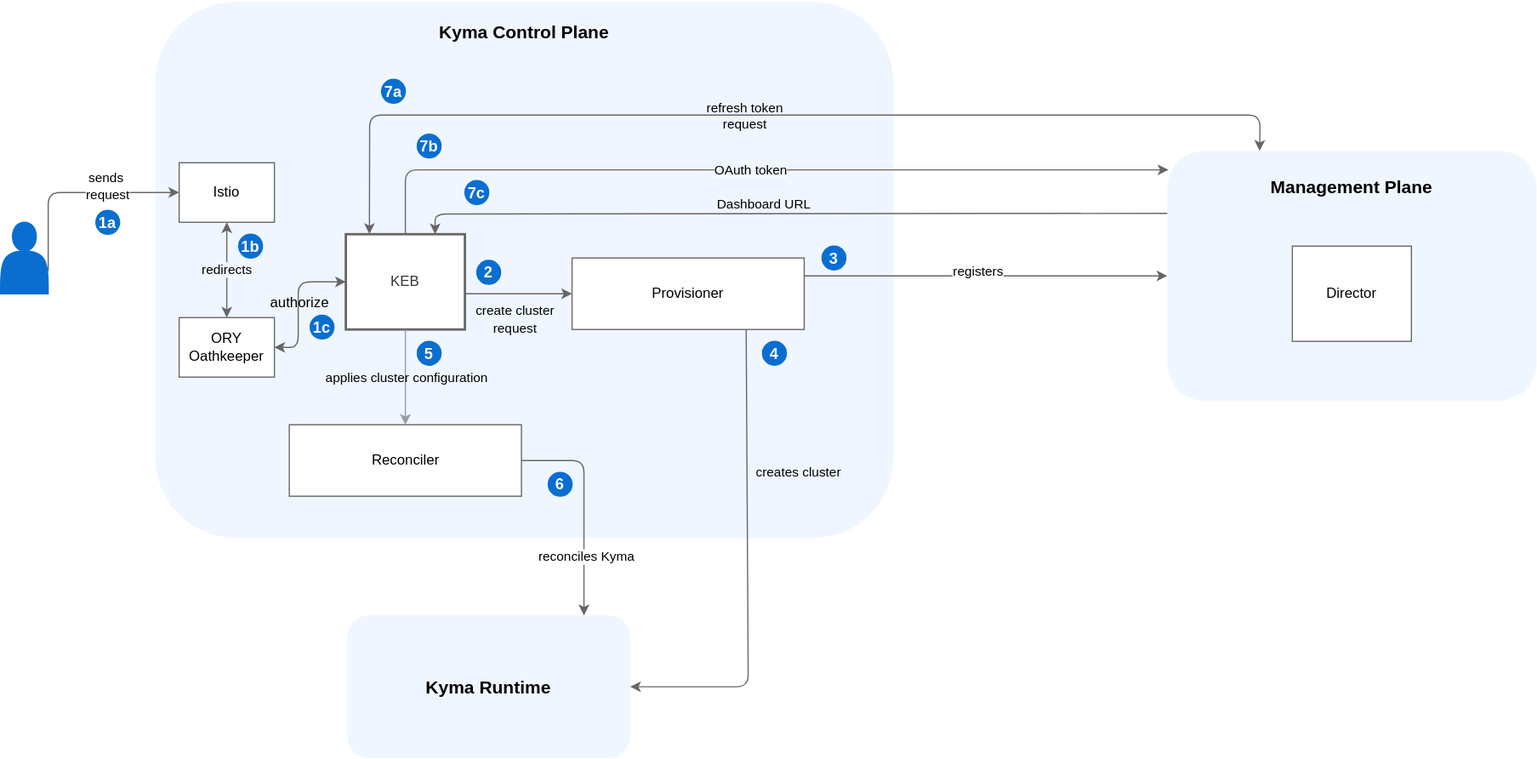
ukff/kyma-environment-broker keeps this draw.io diagram as docs/assets/keb-architecture.svg. Above is the earlier version. Source tidied: cells renumbered, new cells last; positions are measured from the earlier drawing's top-left corner, leaving out a move shared by most shapes.
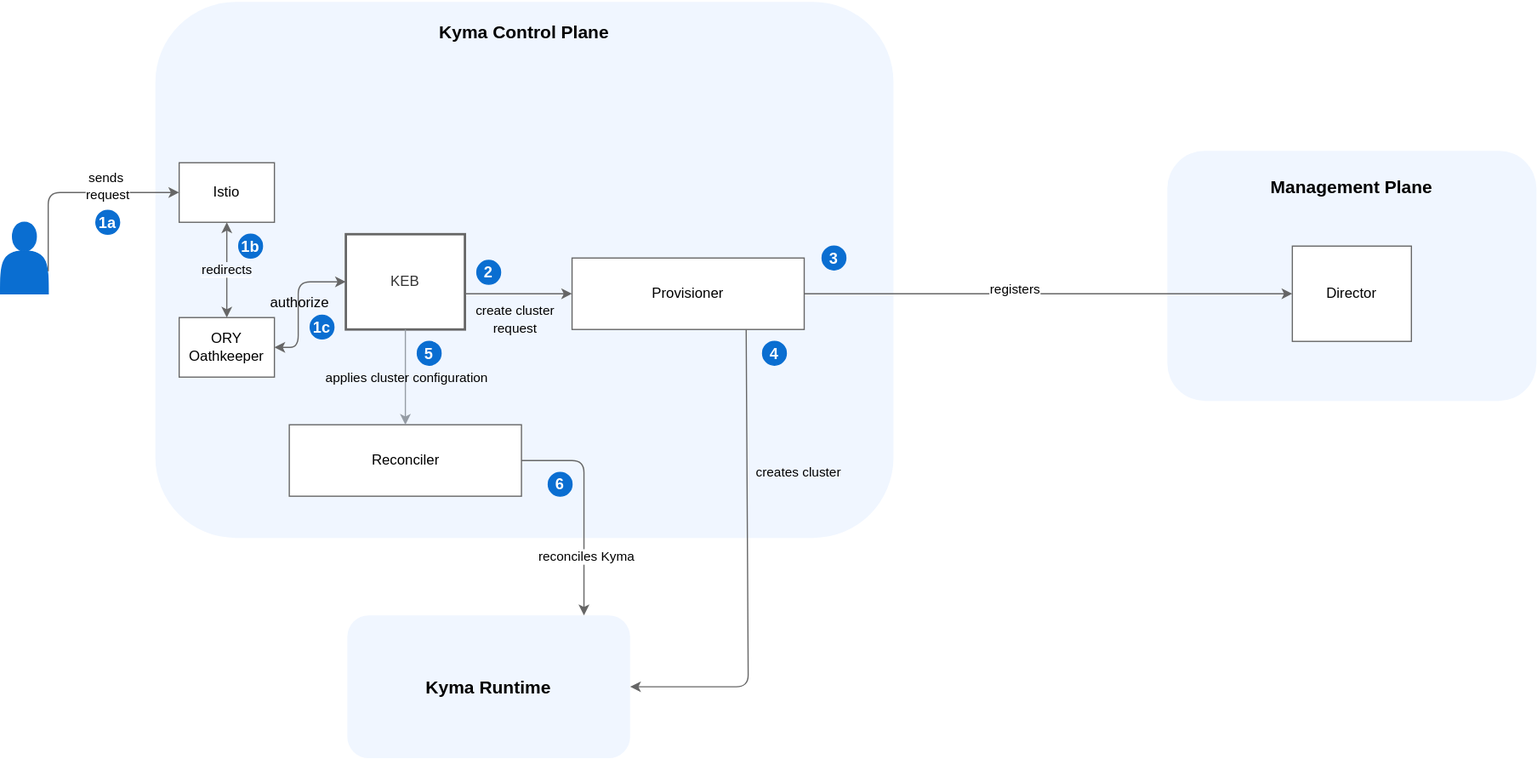
The same diagram one commit later.

Commit message:
Update KEB architecture diagram (#2138)

* Update Kyma architecture diagram

* Update Kyma architecture doc

Diff of the diagram source:
```diff
@@ -48,38 +48,6 @@
         <mxPoint x="43" y="62" as="offset" />
       </mxGeometry>
     </mxCell>
-    <mxCell id="13" value="&lt;span style=&quot;background-color: rgb(240 , 246 , 255)&quot;&gt;OAuth token&lt;/span&gt;" style="endArrow=classic;html=1;strokeColor=#666666;exitX=0.5;exitY=0;exitDx=0;exitDy=0;entryX=0.003;entryY=0.076;entryDx=0;entryDy=0;entryPerimeter=0;" parent="1" edge="1" source="6" target="2">
-      <mxGeometry x="-0.01" relative="1" as="geometry">
-        <Array as="points">
-          <mxPoint x="340" y="141" />
-        </Array>
-      </mxGeometry>
-    </mxCell>
-    <mxCell id="14" style="endArrow=classic;html=1;strokeColor=#666666;exitX=0;exitY=0.25;exitDx=0;exitDy=0;entryX=0.75;entryY=0;entryDx=0;entryDy=0;" parent="1" edge="1" source="2" target="6">
-      <mxGeometry relative="1" as="geometry">
-        <Array as="points">
-          <mxPoint x="365" y="178" />
-        </Array>
-      </mxGeometry>
-    </mxCell>
-    <mxCell id="15" value="&lt;font style=&quot;font-size: 11px&quot;&gt;Dashboard URL&lt;/font&gt;" style="text;html=1;align=center;verticalAlign=middle;labelBackgroundColor=none;fontSize=10;" parent="14" vertex="1">
-      <mxGeometry x="0.2" relative="1" as="geometry">
-        <mxPoint x="39" y="-8" as="offset" />
-      </mxGeometry>
-    </mxCell>
-    <mxCell id="16" style="endArrow=classic;startArrow=classic;html=1;strokeColor=#666666;fontSize=10;exitX=0.29;exitY=0.433;exitDx=0;exitDy=0;exitPerimeter=0;entryX=0.25;entryY=0;entryDx=0;entryDy=0;" parent="1" edge="1" source="3" target="2">
-      <mxGeometry relative="1" as="geometry">
-        <Array as="points">
-          <mxPoint x="310" y="95" />
-          <mxPoint x="1058" y="95" />
-        </Array>
-      </mxGeometry>
-    </mxCell>
-    <mxCell id="17" value="&lt;font style=&quot;font-size: 11px&quot;&gt;refresh token&lt;br&gt;request&lt;br&gt;&lt;/font&gt;" style="text;html=1;align=center;verticalAlign=middle;labelBackgroundColor=none;fontSize=11;" parent="16" vertex="1">
-      <mxGeometry x="0.23" y="-1" relative="1" as="geometry">
-        <mxPoint x="-125.2" y="-1" as="offset" />
-      </mxGeometry>
-    </mxCell>
     <mxCell id="18" value="&lt;font style=&quot;font-size: 15px&quot;&gt;&lt;b&gt;Kyma Runtime&lt;/b&gt;&lt;/font&gt;" style="rounded=1;whiteSpace=wrap;html=1;strokeColor=none;strokeWidth=2;fillColor=#F0F6FF;fontSize=11;" parent="1" vertex="1">
       <mxGeometry x="291.2" y="515" width="237.5" height="120" as="geometry" />
     </mxCell>
@@ -95,15 +63,6 @@
     <mxCell id="22" value="&lt;font color=&quot;#ffffff&quot; size=&quot;1&quot;&gt;&lt;b style=&quot;font-size: 13px&quot;&gt;3&lt;/b&gt;&lt;/font&gt;" style="ellipse;whiteSpace=wrap;html=1;strokeColor=#0A6ED1;strokeWidth=1;fillColor=#0A6ED1;fontSize=11;direction=west;" parent="1" vertex="1">
       <mxGeometry x="690" y="205" width="20" height="20" as="geometry" />
     </mxCell>
-    <mxCell id="23" value="&lt;font color=&quot;#ffffff&quot; size=&quot;1&quot;&gt;&lt;b style=&quot;font-size: 13px&quot;&gt;7a&lt;/b&gt;&lt;/font&gt;" style="ellipse;whiteSpace=wrap;html=1;strokeColor=#0A6ED1;strokeWidth=1;fillColor=#0A6ED1;fontSize=11;" parent="1" vertex="1">
-      <mxGeometry x="320" y="65" width="20" height="20" as="geometry" />
-    </mxCell>
-    <mxCell id="24" value="&lt;font color=&quot;#ffffff&quot;&gt;&lt;span style=&quot;font-size: 13px&quot;&gt;&lt;b&gt;7b&lt;/b&gt;&lt;/span&gt;&lt;/font&gt;" style="ellipse;whiteSpace=wrap;html=1;strokeColor=#0A6ED1;strokeWidth=1;fillColor=#0A6ED1;fontSize=11;" parent="1" vertex="1">
-      <mxGeometry x="350" y="111" width="20" height="20" as="geometry" />
-    </mxCell>
-    <mxCell id="25" value="&lt;font color=&quot;#ffffff&quot;&gt;&lt;span style=&quot;font-size: 13px&quot;&gt;&lt;b&gt;7c&lt;/b&gt;&lt;/span&gt;&lt;/font&gt;" style="ellipse;whiteSpace=wrap;html=1;strokeColor=#0A6ED1;strokeWidth=1;fillColor=#0A6ED1;fontSize=11;" parent="1" vertex="1">
-      <mxGeometry x="390" y="150" width="20" height="20" as="geometry" />
-    </mxCell>
     <mxCell id="26" value="ORY Oathkeeper" style="rounded=0;whiteSpace=wrap;html=1;strokeColor=#666666;fillColor=#FFFFFF;strokeWidth=1;" parent="1" vertex="1">
       <mxGeometry x="150" y="265" width="80" height="50" as="geometry" />
     </mxCell>
@@ -141,7 +100,7 @@
     <mxCell id="34" value="&lt;b&gt;&lt;font style=&quot;font-size: 15px&quot;&gt;Management Plane&lt;/font&gt;&lt;/b&gt;" style="text;html=1;strokeColor=none;fillColor=none;align=center;verticalAlign=middle;whiteSpace=wrap;rounded=0;" parent="1" vertex="1">
       <mxGeometry x="1060" y="145" width="150" height="20" as="geometry" />
     </mxCell>
-    <mxCell id="35" style="edgeStyle=orthogonalEdgeStyle;rounded=1;jettySize=auto;html=1;strokeColor=#666666;fontSize=11;exitX=1;exitY=0.25;exitDx=0;exitDy=0;entryX=0;entryY=0.5;entryDx=0;entryDy=0;" parent="1" edge="1" source="8" target="2">
+    <mxCell id="35" style="edgeStyle=orthogonalEdgeStyle;rounded=1;jettySize=auto;html=1;strokeColor=#666666;fontSize=11;exitX=1;exitY=0.5;exitDx=0;exitDy=0;entryX=0;entryY=0.5;entryDx=0;entryDy=0;" parent="1" edge="1" source="8" target="7">
       <mxGeometry relative="1" as="geometry" />
     </mxCell>
     <mxCell id="36" value="registers" style="text;html=1;align=center;verticalAlign=middle;labelBackgroundColor=#ffffff;fontSize=11;" parent="35" vertex="1">
```
